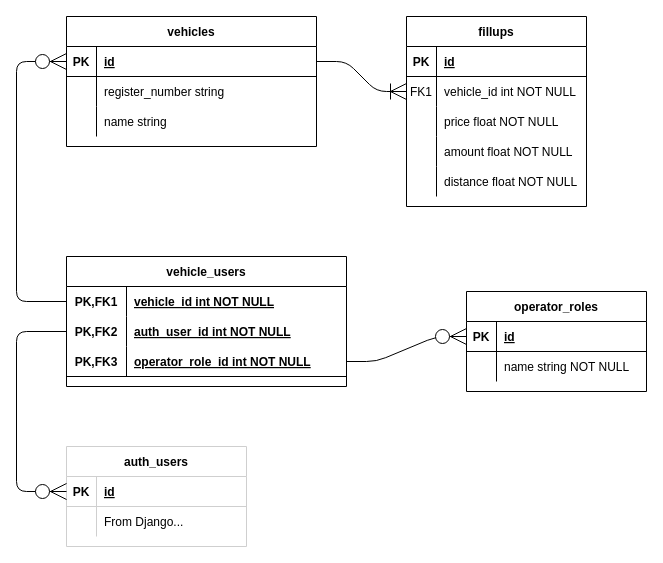
This is documentation/lopokulu-database-er.drawio from mtijas/lopokulu, a draw.io file, before an edit. Source tidied: cells renumbered, new cells numbered last; positions are measured from the earlier drawing's top-left corner, leaving out a move shared by most shapes. Both pictures are drawn from the tidied source at 100%, with x=0, y=0 at pixel (16, 16).
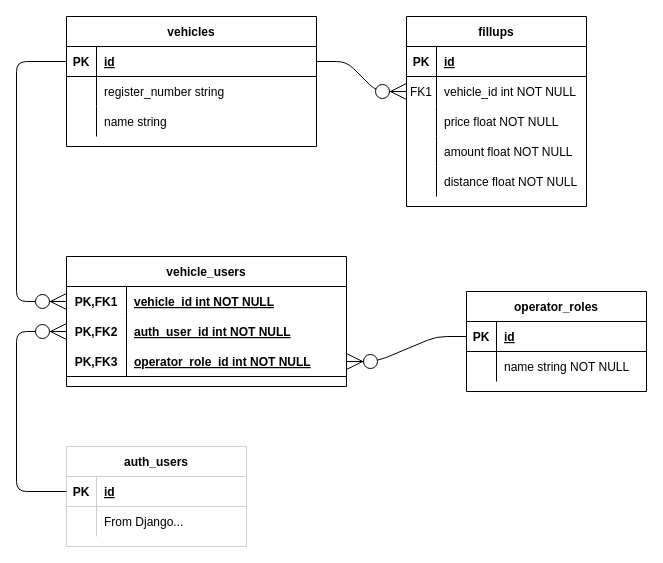
After the change.

Unchanged cells that the change refers to:
```xml
<mxCell id="3" style="shape=partialRectangle;fillColor=none;top=0;left=0;bottom=1;right=0;points=[[0,0.5],[1,0.5]];portConstraint=eastwest;" parent="2" vertex="1">
  <mxGeometry y="30" width="250" height="30" as="geometry" />
</mxCell>
<mxCell id="16" style="shape=partialRectangle;fillColor=none;top=0;left=0;bottom=0;right=0;points=[[0,0.5],[1,0.5]];portConstraint=eastwest;" parent="12" vertex="1">
  <mxGeometry y="60" width="180" height="30" as="geometry" />
</mxCell>
<mxCell id="29" style="shape=partialRectangle;fillColor=none;top=0;left=0;bottom=1;right=0;points=[[0,0.5],[1,0.5]];portConstraint=eastwest;strokeColor=#CFCFCF;" parent="28" vertex="1">
  <mxGeometry y="30" width="180" height="30" as="geometry" />
</mxCell>
<mxCell id="37" style="shape=partialRectangle;fillColor=none;top=0;left=0;bottom=0;right=0;points=[[0,0.5],[1,0.5]];portConstraint=eastwest;" parent="36" vertex="1">
  <mxGeometry y="30" width="280" height="30" as="geometry" />
</mxCell>
<mxCell id="40" style="shape=partialRectangle;fillColor=none;top=0;left=0;bottom=1;right=0;points=[[0,0.5],[1,0.5]];portConstraint=eastwest;strokeColor=none;" parent="36" vertex="1">
  <mxGeometry y="60" width="280" height="30" as="geometry" />
</mxCell>
<mxCell id="43" style="shape=partialRectangle;fillColor=none;top=0;left=0;bottom=1;right=0;points=[[0,0.5],[1,0.5]];portConstraint=eastwest;strokeColor=default;perimeterSpacing=0;" parent="36" vertex="1">
  <mxGeometry y="90" width="280" height="30" as="geometry" />
</mxCell>
<mxCell id="47" style="shape=partialRectangle;fillColor=none;top=0;left=0;bottom=1;right=0;points=[[0,0.5],[1,0.5]];portConstraint=eastwest;" parent="46" vertex="1">
  <mxGeometry y="30" width="180" height="30" as="geometry" />
</mxCell>
```

What changed in the source:
```diff
@@
-    <mxCell id="35" style="edgeStyle=entityRelationEdgeStyle;fontSize=12;html=1;endArrow=ERoneToMany;startSize=14;endSize=14;sourcePerimeterSpacing=8;targetPerimeterSpacing=8;exitX=1;exitY=0.5;exitDx=0;exitDy=0;entryX=0;entryY=0.5;entryDx=0;entryDy=0;" parent="1" edge="1" source="3" target="16">
+    <mxCell id="35" style="edgeStyle=entityRelationEdgeStyle;fontSize=12;html=1;endArrow=ERzeroToMany;endFill=1;startSize=14;endSize=14;sourcePerimeterSpacing=8;targetPerimeterSpacing=8;fontFamily=Helvetica;fontColor=#000000;align=center;strokeColor=#000000;exitX=1;exitY=0.5;exitDx=0;exitDy=0;entryX=0;entryY=0.5;entryDx=0;entryDy=0;" parent="1" edge="1" source="3" target="16">
       <mxGeometry relative="1" as="geometry" />
     </mxCell>
@@
+    <mxCell id="55" style="edgeStyle=orthogonalEdgeStyle;fontSize=12;html=1;endArrow=ERzeroToMany;endFill=1;startSize=14;endSize=14;sourcePerimeterSpacing=8;targetPerimeterSpacing=8;entryX=0;entryY=0.5;entryDx=0;entryDy=0;exitX=0;exitY=0.5;exitDx=0;exitDy=0;anchorPointDirection=1;snapToPoint=0;noJump=0;flowAnimation=0;orthogonal=0;comic=0;jiggle=17;arcSize=20;" parent="1" edge="1" source="3" target="37">
+      <mxGeometry relative="1" as="geometry">
+        <Array as="points">
+          <mxPoint y="45" />
+          <mxPoint y="285" />
+        </Array>
+      </mxGeometry>
+    </mxCell>
-    <mxCell id="53" style="edgeStyle=orthogonalEdgeStyle;fontSize=12;html=1;endArrow=ERzeroToMany;endFill=1;startSize=14;endSize=14;sourcePerimeterSpacing=8;targetPerimeterSpacing=8;entryX=0;entryY=0.5;entryDx=0;entryDy=0;exitX=0;exitY=0.5;exitDx=0;exitDy=0;anchorPointDirection=1;snapToPoint=0;noJump=0;flowAnimation=0;orthogonal=0;comic=0;jiggle=17;perimeterSpacing=0;" parent="1" edge="1" source="40" target="29">
+    <mxCell id="53" style="edgeStyle=orthogonalEdgeStyle;fontSize=12;html=1;endArrow=ERzeroToMany;endFill=1;startSize=14;endSize=14;sourcePerimeterSpacing=8;targetPerimeterSpacing=8;entryX=0;entryY=0.5;entryDx=0;entryDy=0;exitX=0;exitY=0.5;exitDx=0;exitDy=0;anchorPointDirection=1;snapToPoint=0;noJump=0;flowAnimation=0;orthogonal=0;comic=0;jiggle=17;perimeterSpacing=0;" parent="1" edge="1" source="29" target="40">
       <mxGeometry relative="1" as="geometry">
         <Array as="points">
+          <mxPoint y="475" />
           <mxPoint y="315" />
-          <mxPoint y="475" />
         </Array>
       </mxGeometry>
     </mxCell>
-    <mxCell id="54" style="fontSize=12;html=1;endArrow=ERzeroToMany;endFill=1;startSize=14;endSize=14;sourcePerimeterSpacing=8;targetPerimeterSpacing=8;entryX=0;entryY=0.5;entryDx=0;entryDy=0;exitX=1;exitY=0.5;exitDx=0;exitDy=0;anchorPointDirection=1;snapToPoint=0;noJump=0;flowAnimation=0;orthogonal=0;comic=0;jiggle=17;edgeStyle=entityRelationEdgeStyle;" parent="1" edge="1" source="43" target="47">
+    <mxCell id="54" style="fontSize=12;html=1;endArrow=ERzeroToMany;endFill=1;startSize=14;endSize=14;sourcePerimeterSpacing=8;targetPerimeterSpacing=8;entryX=1;entryY=0.5;entryDx=0;entryDy=0;exitX=0;exitY=0.5;exitDx=0;exitDy=0;anchorPointDirection=1;snapToPoint=0;noJump=0;flowAnimation=0;orthogonal=0;comic=0;jiggle=17;edgeStyle=entityRelationEdgeStyle;" parent="1" edge="1" source="47" target="43">
       <mxGeometry relative="1" as="geometry" />
     </mxCell>
-    <mxCell id="55" style="edgeStyle=orthogonalEdgeStyle;fontSize=12;html=1;endArrow=ERzeroToMany;endFill=1;startSize=14;endSize=14;sourcePerimeterSpacing=8;targetPerimeterSpacing=8;entryX=0;entryY=0.5;entryDx=0;entryDy=0;exitX=0;exitY=0.5;exitDx=0;exitDy=0;anchorPointDirection=1;snapToPoint=0;noJump=0;flowAnimation=0;orthogonal=0;comic=0;jiggle=17;arcSize=20;" parent="1" edge="1" source="37" target="3">
-      <mxGeometry relative="1" as="geometry">
-        <Array as="points">
-          <mxPoint y="285" />
-          <mxPoint y="45" />
-        </Array>
-      </mxGeometry>
-    </mxCell>
```
